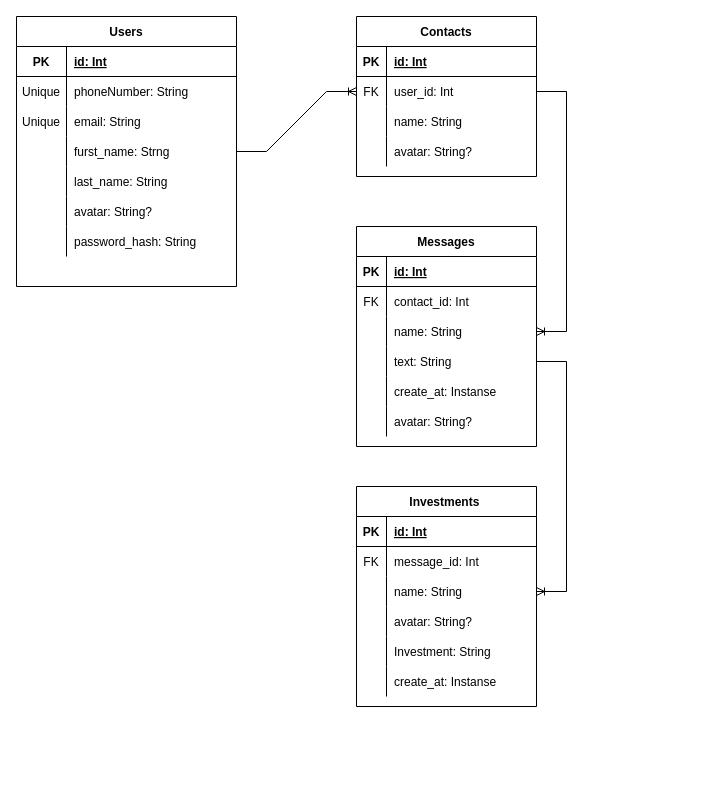
This is DatabaseIntro/Мессенджер.drawio from VtShabanoff/Files, a draw.io file, before an edit. Source tidied: cells renumbered, new cells numbered last; positions are measured from the earlier drawing's top-left corner, leaving out a move shared by most shapes. Both pictures are drawn from the tidied source at 100%, with x=0, y=0 at pixel (16, 16).
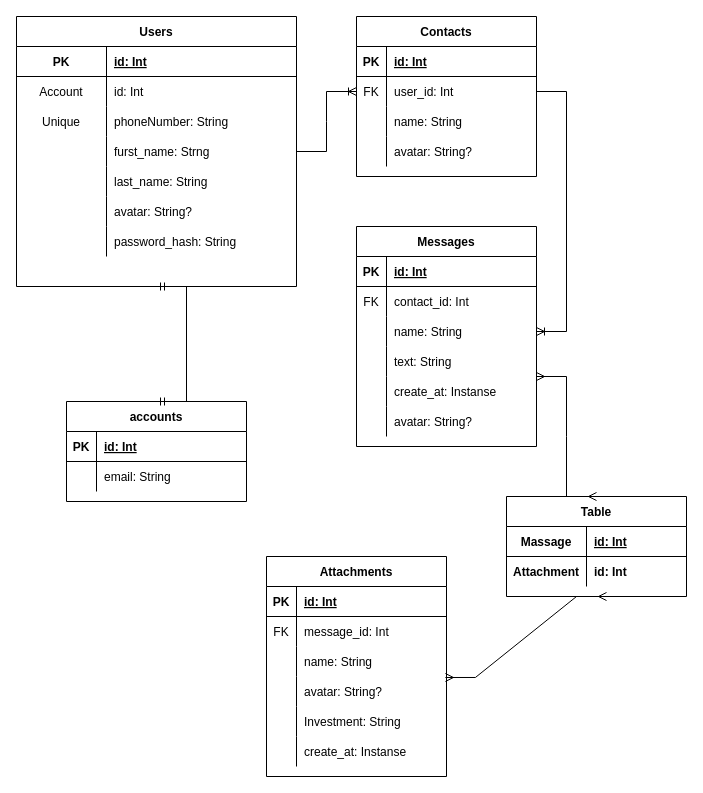
After the change.

Unchanged cells that the change refers to:
```xml
<mxCell id="47" style="shape=tableRow;horizontal=0;startSize=0;swimlaneHead=0;swimlaneBody=0;fillColor=none;points=[[0,0.5],[1,0.5]];portConstraint=eastwest;top=0;left=0;right=0;bottom=0;" parent="37" vertex="1">
  <mxGeometry y="120" width="180" height="30" as="geometry" />
</mxCell>
<mxCell id="63" style="shape=tableRow;horizontal=0;startSize=0;swimlaneHead=0;swimlaneBody=0;fillColor=none;points=[[0,0.5],[1,0.5]];portConstraint=eastwest;top=0;left=0;right=0;bottom=0;" parent="56" vertex="1">
  <mxGeometry y="90" width="180" height="30" as="geometry" />
</mxCell>
<mxCell id="66" style="shape=tableRow;horizontal=0;startSize=0;swimlaneHead=0;swimlaneBody=0;fillColor=none;points=[[0,0.5],[1,0.5]];portConstraint=eastwest;top=0;left=0;right=0;bottom=0;" parent="56" vertex="1">
  <mxGeometry y="120" width="180" height="30" as="geometry" />
</mxCell>
```

Change to the diagram source:
```diff
@@
     <mxCell id="2" value="Users" style="shape=table;startSize=30;childLayout=tableLayout;rowLines=0;fontStyle=1;align=center;" parent="1" vertex="1">
-      <mxGeometry width="220" height="270" as="geometry" />
+      <mxGeometry width="280" height="270" as="geometry" />
     </mxCell>
     <mxCell id="3" style="shape=tableRow;horizontal=0;startSize=0;swimlaneHead=0;swimlaneBody=0;fillColor=none;top=0;left=0;right=0;bottom=1;" parent="2" vertex="1">
-      <mxGeometry y="30" width="220" height="30" as="geometry" />
+      <mxGeometry y="30" width="280" height="30" as="geometry" />
     </mxCell>
     <mxCell id="4" value="PK" style="shape=partialRectangle;fillColor=none;top=0;left=0;bottom=0;right=0;fontStyle=1;overflow=hidden;" parent="3" vertex="1">
-      <mxGeometry width="50" height="30" as="geometry" />
+      <mxGeometry width="90" height="30" as="geometry" />
     </mxCell>
     <mxCell id="5" value="id: Int" style="shape=partialRectangle;fillColor=none;top=0;left=0;bottom=0;right=0;align=left;spacingLeft=6;fontStyle=5;overflow=hidden;" parent="3" vertex="1">
-      <mxGeometry x="50" width="170" height="30" as="geometry" />
+      <mxGeometry x="90" width="190" height="30" as="geometry" />
     </mxCell>
+    <mxCell id="78" style="shape=tableRow;horizontal=0;startSize=0;swimlaneHead=0;swimlaneBody=0;fillColor=none;top=0;left=0;right=0;bottom=0;" parent="2" vertex="1">
+      <mxGeometry y="60" width="280" height="30" as="geometry" />
+    </mxCell>
+    <mxCell id="79" value="Account" style="shape=partialRectangle;fillColor=none;top=0;left=0;bottom=0;right=0;overflow=hidden;" parent="78" vertex="1">
+      <mxGeometry width="90" height="30" as="geometry" />
+    </mxCell>
+    <mxCell id="80" value="id: Int" style="shape=partialRectangle;fillColor=none;top=0;left=0;bottom=0;right=0;align=left;spacingLeft=6;overflow=hidden;" parent="78" vertex="1">
+      <mxGeometry x="90" width="190" height="30" as="geometry" />
+    </mxCell>
     <mxCell id="6" style="shape=tableRow;horizontal=0;startSize=0;swimlaneHead=0;swimlaneBody=0;fillColor=none;top=0;left=0;right=0;bottom=0;" parent="2" vertex="1">
-      <mxGeometry y="60" width="220" height="30" as="geometry" />
+      <mxGeometry y="90" width="280" height="30" as="geometry" />
     </mxCell>
     <mxCell id="7" value="Unique" style="shape=partialRectangle;fillColor=none;top=0;left=0;bottom=0;right=0;fontStyle=0;overflow=hidden;" parent="6" vertex="1">
-      <mxGeometry width="50" height="30" as="geometry" />
+      <mxGeometry width="90" height="30" as="geometry" />
     </mxCell>
     <mxCell id="8" value="phoneNumber: String" style="shape=partialRectangle;fillColor=none;top=0;left=0;bottom=0;right=0;align=left;spacingLeft=6;fontStyle=0;overflow=hidden;" parent="6" vertex="1">
-      <mxGeometry x="50" width="170" height="30" as="geometry" />
+      <mxGeometry x="90" width="190" height="30" as="geometry" />
     </mxCell>
-    <mxCell id="9" style="shape=tableRow;horizontal=0;startSize=0;swimlaneHead=0;swimlaneBody=0;fillColor=none;top=0;left=0;right=0;bottom=0;" parent="2" vertex="1">
-      <mxGeometry y="90" width="220" height="30" as="geometry" />
-    </mxCell>
-    <mxCell id="10" value="Unique" style="shape=partialRectangle;fillColor=none;top=0;left=0;bottom=0;right=0;overflow=hidden;" parent="9" vertex="1">
-      <mxGeometry width="50" height="30" as="geometry" />
-    </mxCell>
-    <mxCell id="11" value="email: String" style="shape=partialRectangle;fillColor=none;top=0;left=0;bottom=0;right=0;align=left;spacingLeft=6;overflow=hidden;" parent="9" vertex="1">
-      <mxGeometry x="50" width="170" height="30" as="geometry" />
-    </mxCell>
     <mxCell id="12" style="shape=tableRow;horizontal=0;startSize=0;swimlaneHead=0;swimlaneBody=0;fillColor=none;points=[[0,0.5],[1,0.5]];portConstraint=eastwest;top=0;left=0;right=0;bottom=0;" parent="2" vertex="1">
-      <mxGeometry y="120" width="220" height="30" as="geometry" />
+      <mxGeometry y="120" width="280" height="30" as="geometry" />
     </mxCell>
     <mxCell id="13" style="shape=partialRectangle;fillColor=none;top=0;left=0;bottom=0;right=0;overflow=hidden;" parent="12" vertex="1">
-      <mxGeometry width="50" height="30" as="geometry" />
+      <mxGeometry width="90" height="30" as="geometry" />
     </mxCell>
     <mxCell id="14" value="furst_name: Strng" style="shape=partialRectangle;fillColor=none;top=0;left=0;bottom=0;right=0;align=left;spacingLeft=6;overflow=hidden;" parent="12" vertex="1">
-      <mxGeometry x="50" width="170" height="30" as="geometry" />
+      <mxGeometry x="90" width="190" height="30" as="geometry" />
     </mxCell>
     <mxCell id="15" style="shape=tableRow;horizontal=0;startSize=0;swimlaneHead=0;swimlaneBody=0;fillColor=none;top=0;left=0;right=0;bottom=0;" parent="2" vertex="1">
-      <mxGeometry y="150" width="220" height="30" as="geometry" />
+      <mxGeometry y="150" width="280" height="30" as="geometry" />
     </mxCell>
     <mxCell id="16" style="shape=partialRectangle;fillColor=none;top=0;left=0;bottom=0;right=0;overflow=hidden;" parent="15" vertex="1">
-      <mxGeometry width="50" height="30" as="geometry" />
+      <mxGeometry width="90" height="30" as="geometry" />
     </mxCell>
     <mxCell id="17" value="last_name: String" style="shape=partialRectangle;fillColor=none;top=0;left=0;bottom=0;right=0;align=left;spacingLeft=6;overflow=hidden;" parent="15" vertex="1">
-      <mxGeometry x="50" width="170" height="30" as="geometry" />
+      <mxGeometry x="90" width="190" height="30" as="geometry" />
     </mxCell>
     <mxCell id="18" style="shape=tableRow;horizontal=0;startSize=0;swimlaneHead=0;swimlaneBody=0;fillColor=none;top=0;left=0;right=0;bottom=0;" parent="2" vertex="1">
-      <mxGeometry y="180" width="220" height="30" as="geometry" />
+      <mxGeometry y="180" width="280" height="30" as="geometry" />
     </mxCell>
     <mxCell id="19" style="shape=partialRectangle;fillColor=none;top=0;left=0;bottom=0;right=0;overflow=hidden;" parent="18" vertex="1">
-      <mxGeometry width="50" height="30" as="geometry" />
+      <mxGeometry width="90" height="30" as="geometry" />
     </mxCell>
     <mxCell id="20" value="avatar: String?" style="shape=partialRectangle;fillColor=none;top=0;left=0;bottom=0;right=0;align=left;spacingLeft=6;overflow=hidden;" parent="18" vertex="1">
-      <mxGeometry x="50" width="170" height="30" as="geometry" />
+      <mxGeometry x="90" width="190" height="30" as="geometry" />
     </mxCell>
     <mxCell id="21" style="shape=tableRow;horizontal=0;startSize=0;swimlaneHead=0;swimlaneBody=0;fillColor=none;top=0;left=0;right=0;bottom=0;" parent="2" vertex="1">
-      <mxGeometry y="210" width="220" height="30" as="geometry" />
+      <mxGeometry y="210" width="280" height="30" as="geometry" />
     </mxCell>
     <mxCell id="22" style="shape=partialRectangle;fillColor=none;top=0;left=0;bottom=0;right=0;overflow=hidden;" parent="21" vertex="1">
-      <mxGeometry width="50" height="30" as="geometry" />
+      <mxGeometry width="90" height="30" as="geometry" />
     </mxCell>
     <mxCell id="23" value="password_hash: String" style="shape=partialRectangle;fillColor=none;top=0;left=0;bottom=0;right=0;align=left;spacingLeft=6;overflow=hidden;" parent="21" vertex="1">
-      <mxGeometry x="50" width="170" height="30" as="geometry" />
+      <mxGeometry x="90" width="190" height="30" as="geometry" />
     </mxCell>
@@
-    <mxCell id="56" value="Investments " style="shape=table;startSize=30;childLayout=tableLayout;rowLines=0;fontStyle=1;align=center;" parent="1" vertex="1">
-      <mxGeometry x="340" y="470" width="180" height="220" as="geometry" />
+    <mxCell id="56" value="Attachments" style="shape=table;startSize=30;childLayout=tableLayout;rowLines=0;fontStyle=1;align=center;" parent="1" vertex="1">
+      <mxGeometry x="250" y="540" width="180" height="220" as="geometry" />
     </mxCell>
@@
-    <mxCell id="77" style="edgeStyle=entityRelationEdgeStyle;fontSize=12;html=1;endArrow=ERoneToMany;rounded=0;exitX=1;exitY=0.5;exitDx=0;exitDy=0;entryX=1;entryY=0.5;entryDx=0;entryDy=0;" parent="1" edge="1" source="47" target="63">
-      <mxGeometry relative="1" as="geometry" />
-    </mxCell>
+    <mxCell id="81" value="accounts" style="shape=table;startSize=30;childLayout=tableLayout;rowLines=0;fontStyle=1;align=center;" parent="1" vertex="1">
+      <mxGeometry x="50" y="385" width="180" height="100" as="geometry" />
+    </mxCell>
+    <mxCell id="82" style="shape=tableRow;horizontal=0;startSize=0;swimlaneHead=0;swimlaneBody=0;fillColor=none;top=0;left=0;right=0;bottom=1;" parent="81" vertex="1">
+      <mxGeometry y="30" width="180" height="30" as="geometry" />
+    </mxCell>
+    <mxCell id="83" value="PK" style="shape=partialRectangle;fillColor=none;top=0;left=0;bottom=0;right=0;fontStyle=1;overflow=hidden;" parent="82" vertex="1">
+      <mxGeometry width="30" height="30" as="geometry" />
+    </mxCell>
+    <mxCell id="84" value="id: Int" style="shape=partialRectangle;fillColor=none;top=0;left=0;bottom=0;right=0;align=left;spacingLeft=6;fontStyle=5;overflow=hidden;" parent="82" vertex="1">
+      <mxGeometry x="30" width="150" height="30" as="geometry" />
+    </mxCell>
+    <mxCell id="85" style="shape=tableRow;horizontal=0;startSize=0;swimlaneHead=0;swimlaneBody=0;fillColor=none;top=0;left=0;right=0;bottom=0;" parent="81" vertex="1">
+      <mxGeometry y="60" width="180" height="30" as="geometry" />
+    </mxCell>
+    <mxCell id="86" style="shape=partialRectangle;fillColor=none;top=0;left=0;bottom=0;right=0;overflow=hidden;" parent="85" vertex="1">
+      <mxGeometry width="30" height="30" as="geometry" />
+    </mxCell>
+    <mxCell id="11" value="email: String" style="shape=partialRectangle;fillColor=none;top=0;left=0;bottom=0;right=0;align=left;spacingLeft=6;overflow=hidden;" parent="85" vertex="1">
+      <mxGeometry x="30" width="150" height="30" as="geometry" />
+    </mxCell>
+    <mxCell id="87" style="edgeStyle=entityRelationEdgeStyle;fontSize=12;html=1;endArrow=ERmandOne;startArrow=ERmandOne;rounded=0;entryX=0.5;entryY=1;entryDx=0;entryDy=0;exitX=0.5;exitY=0;exitDx=0;exitDy=0;" parent="1" edge="1" source="81" target="2">
+      <mxGeometry relative="1" as="geometry" />
+    </mxCell>
+    <mxCell id="88" value="Table" style="shape=table;startSize=30;childLayout=tableLayout;rowLines=0;fontStyle=1;align=center;" parent="1" vertex="1">
+      <mxGeometry x="490" y="480" width="180" height="100" as="geometry" />
+    </mxCell>
+    <mxCell id="89" style="shape=tableRow;horizontal=0;startSize=0;swimlaneHead=0;swimlaneBody=0;fillColor=none;top=0;left=0;right=0;bottom=1;" parent="88" vertex="1">
+      <mxGeometry y="30" width="180" height="30" as="geometry" />
+    </mxCell>
+    <mxCell id="90" value="Massage" style="shape=partialRectangle;fillColor=none;top=0;left=0;bottom=0;right=0;fontStyle=1;overflow=hidden;" parent="89" vertex="1">
+      <mxGeometry width="80" height="30" as="geometry" />
+    </mxCell>
+    <mxCell id="91" value="id: Int" style="shape=partialRectangle;fillColor=none;top=0;left=0;bottom=0;right=0;align=left;spacingLeft=6;fontStyle=5;overflow=hidden;" parent="89" vertex="1">
+      <mxGeometry x="80" width="100" height="30" as="geometry" />
+    </mxCell>
+    <mxCell id="92" style="shape=tableRow;horizontal=0;startSize=0;swimlaneHead=0;swimlaneBody=0;fillColor=none;top=0;left=0;right=0;bottom=0;" parent="88" vertex="1">
+      <mxGeometry y="60" width="180" height="30" as="geometry" />
+    </mxCell>
+    <mxCell id="93" value="Attachment" style="shape=partialRectangle;fillColor=none;top=0;left=0;bottom=0;right=0;overflow=hidden;fontStyle=1;" parent="92" vertex="1">
+      <mxGeometry width="80" height="30" as="geometry" />
+    </mxCell>
+    <mxCell id="94" value="id: Int" style="shape=partialRectangle;fillColor=none;top=0;left=0;bottom=0;right=0;align=left;spacingLeft=6;overflow=hidden;fontStyle=1;" parent="92" vertex="1">
+      <mxGeometry x="80" width="100" height="30" as="geometry" />
+    </mxCell>
+    <mxCell id="95" style="edgeStyle=entityRelationEdgeStyle;fontSize=12;html=1;endArrow=ERmany;startArrow=ERmany;rounded=0;exitX=0.994;exitY=0.033;exitDx=0;exitDy=0;exitPerimeter=0;" parent="1" edge="1" source="66">
+      <mxGeometry relative="1" as="geometry">
+        <mxPoint x="590" y="580" as="targetPoint" />
+      </mxGeometry>
+    </mxCell>
+    <mxCell id="96" style="edgeStyle=entityRelationEdgeStyle;fontSize=12;html=1;endArrow=ERmany;startArrow=ERmany;rounded=0;entryX=0.5;entryY=0;entryDx=0;entryDy=0;" parent="1" edge="1" target="88">
+      <mxGeometry relative="1" as="geometry">
+        <mxPoint x="520" y="360" as="sourcePoint" />
+      </mxGeometry>
+    </mxCell>
```
